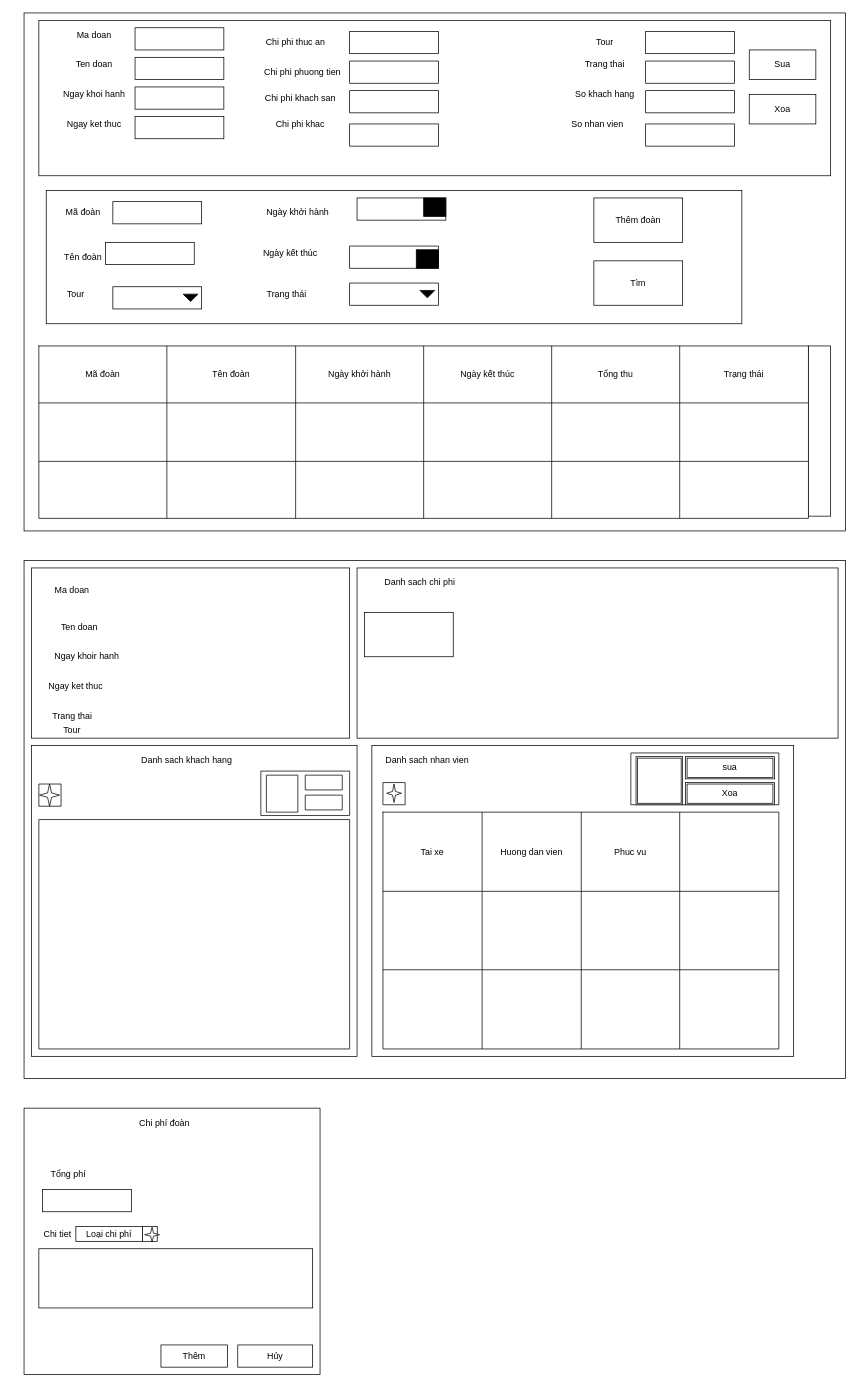
baotran0212/tourism-application keeps this draw.io diagram as document/TouristGroupFrameProtortype.drawio. Above is the earlier version. Source tidied: cells renumbered, new cells numbered last; positions are measured from the earlier drawing's top-left corner, leaving out a move shared by most shapes. Both pictures are drawn from the tidied source at 74%, with x=0, y=0 at pixel (20, 13).
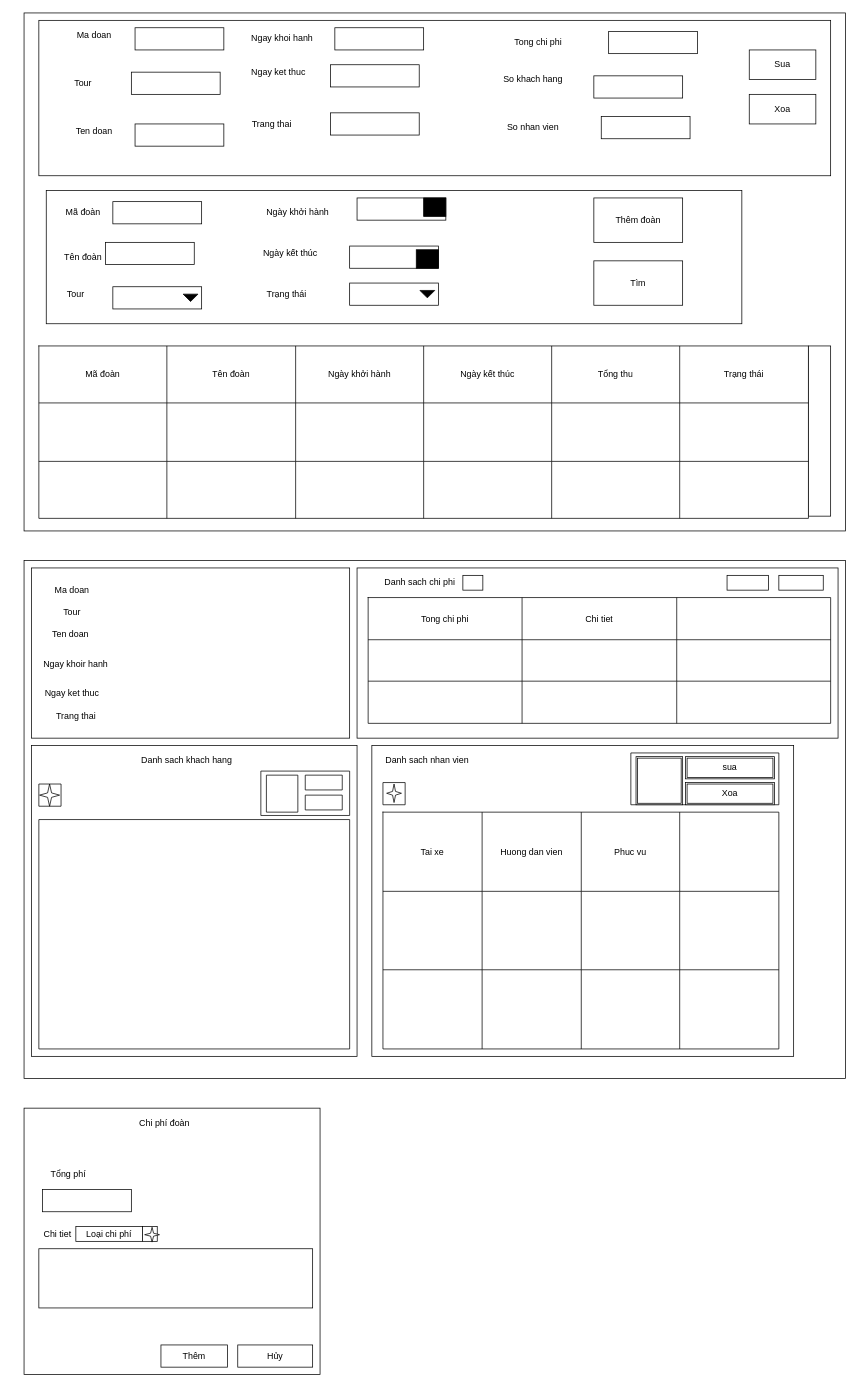
After the change.

The edit, as a diff of the source:
```diff
@@
     <mxCell id="47" value="Ten doan" style="text;html=1;strokeColor=none;fillColor=none;align=center;verticalAlign=middle;whiteSpace=wrap;rounded=0;" parent="1" vertex="1">
-      <mxGeometry x="45" y="60" width="110" height="20" as="geometry" />
+      <mxGeometry x="45" y="150" width="110" height="20" as="geometry" />
     </mxCell>
     <mxCell id="48" value="Ngay khoi hanh" style="text;html=1;strokeColor=none;fillColor=none;align=center;verticalAlign=middle;whiteSpace=wrap;rounded=0;" parent="1" vertex="1">
-      <mxGeometry x="45" y="100" width="110" height="20" as="geometry" />
+      <mxGeometry x="298.8" y="25" width="110" height="20" as="geometry" />
     </mxCell>
     <mxCell id="49" value="Ngay ket thuc" style="text;html=1;strokeColor=none;fillColor=none;align=center;verticalAlign=middle;whiteSpace=wrap;rounded=0;" parent="1" vertex="1">
-      <mxGeometry x="45" y="140" width="110" height="20" as="geometry" />
+      <mxGeometry x="293.8" y="70" width="110" height="20" as="geometry" />
     </mxCell>
-    <mxCell id="50" value="Chi phi thuc an" style="text;html=1;strokeColor=none;fillColor=none;align=center;verticalAlign=middle;whiteSpace=wrap;rounded=0;" parent="1" vertex="1">
-      <mxGeometry x="325" y="30" width="94" height="20" as="geometry" />
-    </mxCell>
-    <mxCell id="51" value="Chi phi phuong tien" style="text;html=1;strokeColor=none;fillColor=none;align=center;verticalAlign=middle;whiteSpace=wrap;rounded=0;" parent="1" vertex="1">
-      <mxGeometry x="318" y="70" width="127" height="20" as="geometry" />
-    </mxCell>
-    <mxCell id="52" value="Chi phi khach san" style="text;html=1;strokeColor=none;fillColor=none;align=center;verticalAlign=middle;whiteSpace=wrap;rounded=0;" parent="1" vertex="1">
-      <mxGeometry x="315" y="105" width="127" height="20" as="geometry" />
-    </mxCell>
-    <mxCell id="53" value="Chi phi khac" style="text;html=1;strokeColor=none;fillColor=none;align=center;verticalAlign=middle;whiteSpace=wrap;rounded=0;" parent="1" vertex="1">
-      <mxGeometry x="315" y="140" width="127" height="20" as="geometry" />
-    </mxCell>
     <mxCell id="54" value="Tour" style="text;html=1;strokeColor=none;fillColor=none;align=center;verticalAlign=middle;whiteSpace=wrap;rounded=0;" parent="1" vertex="1">
-      <mxGeometry x="695" y="30" width="190" height="20" as="geometry" />
+      <mxGeometry x="-10" y="85" width="190" height="20" as="geometry" />
     </mxCell>
     <mxCell id="55" value="Trang thai" style="text;html=1;strokeColor=none;fillColor=none;align=center;verticalAlign=middle;whiteSpace=wrap;rounded=0;" parent="1" vertex="1">
-      <mxGeometry x="695" y="60" width="190" height="20" as="geometry" />
+      <mxGeometry x="245" y="140" width="190" height="20" as="geometry" />
     </mxCell>
     <mxCell id="56" value="So khach hang" style="text;html=1;strokeColor=none;fillColor=none;align=center;verticalAlign=middle;whiteSpace=wrap;rounded=0;" parent="1" vertex="1">
-      <mxGeometry x="695" y="100" width="190" height="20" as="geometry" />
+      <mxGeometry x="598" y="80" width="190" height="20" as="geometry" />
     </mxCell>
     <mxCell id="57" value="So nhan vien" style="text;html=1;strokeColor=none;fillColor=none;align=center;verticalAlign=middle;whiteSpace=wrap;rounded=0;" parent="1" vertex="1">
-      <mxGeometry x="685" y="140" width="190" height="20" as="geometry" />
+      <mxGeometry x="598" y="145" width="190" height="20" as="geometry" />
     </mxCell>
@@
     <mxCell id="59" style="rounded=0;whiteSpace=wrap;html=1;" parent="1" vertex="1">
-      <mxGeometry x="155" y="60" width="120" height="30" as="geometry" />
+      <mxGeometry x="155" y="150" width="120" height="30" as="geometry" />
     </mxCell>
     <mxCell id="60" style="rounded=0;whiteSpace=wrap;html=1;" parent="1" vertex="1">
-      <mxGeometry x="155" y="100" width="120" height="30" as="geometry" />
+      <mxGeometry x="425" y="20" width="120" height="30" as="geometry" />
     </mxCell>
     <mxCell id="61" style="rounded=0;whiteSpace=wrap;html=1;" parent="1" vertex="1">
-      <mxGeometry x="155" y="140" width="120" height="30" as="geometry" />
+      <mxGeometry x="419" y="70" width="120" height="30" as="geometry" />
     </mxCell>
-    <mxCell id="62" style="rounded=0;whiteSpace=wrap;html=1;" parent="1" vertex="1">
-      <mxGeometry x="445" y="25" width="120" height="30" as="geometry" />
-    </mxCell>
-    <mxCell id="63" style="rounded=0;whiteSpace=wrap;html=1;" parent="1" vertex="1">
-      <mxGeometry x="445" y="65" width="120" height="30" as="geometry" />
-    </mxCell>
-    <mxCell id="64" style="rounded=0;whiteSpace=wrap;html=1;" parent="1" vertex="1">
-      <mxGeometry x="445" y="105" width="120" height="30" as="geometry" />
-    </mxCell>
-    <mxCell id="65" style="rounded=0;whiteSpace=wrap;html=1;" parent="1" vertex="1">
-      <mxGeometry x="445" y="150" width="120" height="30" as="geometry" />
-    </mxCell>
     <mxCell id="66" style="rounded=0;whiteSpace=wrap;html=1;" parent="1" vertex="1">
-      <mxGeometry x="845" y="25" width="120" height="30" as="geometry" />
+      <mxGeometry x="150" y="80" width="120" height="30" as="geometry" />
     </mxCell>
     <mxCell id="67" style="rounded=0;whiteSpace=wrap;html=1;" parent="1" vertex="1">
-      <mxGeometry x="845" y="65" width="120" height="30" as="geometry" />
+      <mxGeometry x="419" y="135" width="120" height="30" as="geometry" />
     </mxCell>
     <mxCell id="68" style="rounded=0;whiteSpace=wrap;html=1;" parent="1" vertex="1">
-      <mxGeometry x="845" y="105" width="120" height="30" as="geometry" />
+      <mxGeometry x="775" y="85" width="120" height="30" as="geometry" />
     </mxCell>
     <mxCell id="69" style="rounded=0;whiteSpace=wrap;html=1;" parent="1" vertex="1">
-      <mxGeometry x="845" y="150" width="120" height="30" as="geometry" />
+      <mxGeometry x="785" y="140" width="120" height="30" as="geometry" />
     </mxCell>
@@
     <mxCell id="75" value="Ten doan" style="text;html=1;strokeColor=none;fillColor=none;align=center;verticalAlign=middle;whiteSpace=wrap;rounded=0;" parent="1" vertex="1">
-      <mxGeometry x="45" y="820" width="70" height="20" as="geometry" />
+      <mxGeometry x="32.5" y="830" width="70" height="20" as="geometry" />
     </mxCell>
     <mxCell id="76" value="Ngay khoir hanh" style="text;html=1;strokeColor=none;fillColor=none;align=center;verticalAlign=middle;whiteSpace=wrap;rounded=0;" parent="1" vertex="1">
-      <mxGeometry x="25" y="860" width="130" height="20" as="geometry" />
+      <mxGeometry x="10" y="870" width="130" height="20" as="geometry" />
     </mxCell>
     <mxCell id="77" value="Ngay ket thuc" style="text;html=1;strokeColor=none;fillColor=none;align=center;verticalAlign=middle;whiteSpace=wrap;rounded=0;" parent="1" vertex="1">
-      <mxGeometry y="900" width="150" height="20" as="geometry" />
+      <mxGeometry x="-5" y="910" width="150" height="20" as="geometry" />
     </mxCell>
@@
     <mxCell id="90" value="Trang thai" style="text;html=1;strokeColor=none;fillColor=none;align=center;verticalAlign=middle;whiteSpace=wrap;rounded=0;" parent="1" vertex="1">
-      <mxGeometry x="27.5" y="940" width="85" height="20" as="geometry" />
+      <mxGeometry x="32.5" y="940" width="85" height="20" as="geometry" />
     </mxCell>
     <mxCell id="91" value="Tour" style="text;html=1;strokeColor=none;fillColor=none;align=center;verticalAlign=middle;whiteSpace=wrap;rounded=0;" parent="1" vertex="1">
-      <mxGeometry x="50" y="960" width="40" height="20" as="geometry" />
+      <mxGeometry x="50" y="800" width="40" height="20" as="geometry" />
     </mxCell>
@@
-    <mxCell id="127" style="rounded=0;whiteSpace=wrap;html=1;" parent="1" vertex="1">
-      <mxGeometry x="465" y="810" width="120" height="60" as="geometry" />
-    </mxCell>
+    <mxCell id="128" style="shape=table;html=1;whiteSpace=wrap;startSize=0;childLayout=tableLayout;" parent="1" vertex="1">
+      <mxGeometry x="470" y="790" width="625" height="170" as="geometry" />
+    </mxCell>
+    <mxCell id="129" style="shape=partialRectangle;html=1;whiteSpace=wrap;fillColor=none;top=0;left=0;bottom=0;right=0;" parent="128" vertex="1">
+      <mxGeometry width="625" height="57" as="geometry" />
+    </mxCell>
+    <mxCell id="130" value="Tong chi phi" style="shape=partialRectangle;html=1;whiteSpace=wrap;fillColor=none;top=0;left=0;bottom=0;right=0;overflow=hidden;" parent="129" vertex="1">
+      <mxGeometry width="208" height="57" as="geometry" />
+    </mxCell>
+    <mxCell id="131" value="Chi tiet" style="shape=partialRectangle;html=1;whiteSpace=wrap;fillColor=none;top=0;left=0;bottom=0;right=0;overflow=hidden;" parent="129" vertex="1">
+      <mxGeometry x="208" width="209" height="57" as="geometry" />
+    </mxCell>
+    <mxCell id="132" style="shape=partialRectangle;html=1;whiteSpace=wrap;fillColor=none;top=0;left=0;bottom=0;right=0;overflow=hidden;" parent="129" vertex="1">
+      <mxGeometry x="417" width="208" height="57" as="geometry" />
+    </mxCell>
+    <mxCell id="133" style="shape=partialRectangle;html=1;whiteSpace=wrap;fillColor=none;top=0;left=0;bottom=0;right=0;" parent="128" vertex="1">
+      <mxGeometry y="57" width="625" height="56" as="geometry" />
+    </mxCell>
+    <mxCell id="134" style="shape=partialRectangle;html=1;whiteSpace=wrap;fillColor=none;top=0;left=0;bottom=0;right=0;overflow=hidden;" parent="133" vertex="1">
+      <mxGeometry width="208" height="56" as="geometry" />
+    </mxCell>
+    <mxCell id="135" style="shape=partialRectangle;html=1;whiteSpace=wrap;fillColor=none;top=0;left=0;bottom=0;right=0;overflow=hidden;" parent="133" vertex="1">
+      <mxGeometry x="208" width="209" height="56" as="geometry" />
+    </mxCell>
+    <mxCell id="136" style="shape=partialRectangle;html=1;whiteSpace=wrap;fillColor=none;top=0;left=0;bottom=0;right=0;overflow=hidden;" parent="133" vertex="1">
+      <mxGeometry x="417" width="208" height="56" as="geometry" />
+    </mxCell>
+    <mxCell id="137" style="shape=partialRectangle;html=1;whiteSpace=wrap;fillColor=none;top=0;left=0;bottom=0;right=0;" parent="128" vertex="1">
+      <mxGeometry y="113" width="625" height="57" as="geometry" />
+    </mxCell>
+    <mxCell id="138" style="shape=partialRectangle;html=1;whiteSpace=wrap;fillColor=none;top=0;left=0;bottom=0;right=0;overflow=hidden;" parent="137" vertex="1">
+      <mxGeometry width="208" height="57" as="geometry" />
+    </mxCell>
+    <mxCell id="139" style="shape=partialRectangle;html=1;whiteSpace=wrap;fillColor=none;top=0;left=0;bottom=0;right=0;overflow=hidden;" parent="137" vertex="1">
+      <mxGeometry x="208" width="209" height="57" as="geometry" />
+    </mxCell>
+    <mxCell id="140" style="shape=partialRectangle;html=1;whiteSpace=wrap;fillColor=none;top=0;left=0;bottom=0;right=0;overflow=hidden;" parent="137" vertex="1">
+      <mxGeometry x="417" width="208" height="57" as="geometry" />
+    </mxCell>
+    <mxCell id="141" style="rounded=0;whiteSpace=wrap;html=1;" parent="1" vertex="1">
+      <mxGeometry x="955" y="760" width="56" height="20" as="geometry" />
+    </mxCell>
+    <mxCell id="142" style="rounded=0;whiteSpace=wrap;html=1;" parent="1" vertex="1">
+      <mxGeometry x="1025" y="760" width="60" height="20" as="geometry" />
+    </mxCell>
+    <mxCell id="143" style="rounded=0;whiteSpace=wrap;html=1;" parent="1" vertex="1">
+      <mxGeometry x="598" y="760" width="27" height="20" as="geometry" />
+    </mxCell>
+    <mxCell id="144" value="Tong chi phi" style="text;html=1;strokeColor=none;fillColor=none;align=center;verticalAlign=middle;whiteSpace=wrap;rounded=0;" parent="1" vertex="1">
+      <mxGeometry x="605" y="30" width="190" height="20" as="geometry" />
+    </mxCell>
+    <mxCell id="145" style="rounded=0;whiteSpace=wrap;html=1;" parent="1" vertex="1">
+      <mxGeometry x="795" y="25" width="120" height="30" as="geometry" />
+    </mxCell>
```
